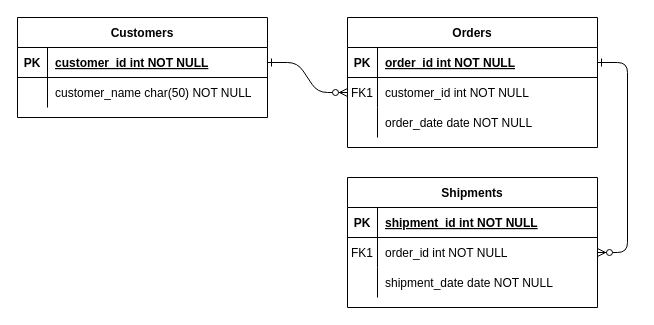
The draw.io diagram Diagrama sem nome.drawio in AloisioMagalhaes/crm2023, before the edit. Source tidied: cells renumbered, new cells numbered last; positions are measured from the earlier drawing's top-left corner, leaving out a move shared by most shapes. Both pictures are drawn from the tidied source at 100%, with x=0, y=0 at pixel (17, 17).
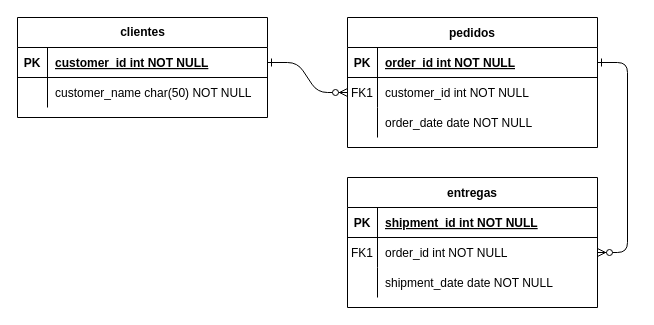
Above is the later version.

The edit, as a diff of the source:
```diff
@@
-    <mxCell id="4" value="Orders" style="shape=table;startSize=30;childLayout=tableLayout;rowLines=0;fontStyle=1;align=center;" parent="1" vertex="1">
+    <mxCell id="4" value="pedidos" style="shape=table;startSize=30;childLayout=tableLayout;rowLines=0;fontStyle=1;align=center;" parent="1" vertex="1">
       <mxGeometry x="330" width="250" height="130" as="geometry" />
     </mxCell>
@@
-    <mxCell id="14" value="Shipments" style="shape=table;startSize=30;childLayout=tableLayout;rowLines=0;fontStyle=1;align=center;" parent="1" vertex="1">
+    <mxCell id="14" value="entregas" style="shape=table;startSize=30;childLayout=tableLayout;rowLines=0;fontStyle=1;align=center;" parent="1" vertex="1">
       <mxGeometry x="330" y="160" width="250" height="130" as="geometry" />
     </mxCell>
@@
-    <mxCell id="24" value="Customers" style="shape=table;startSize=30;childLayout=tableLayout;rowLines=0;fontStyle=1;align=center;" parent="1" vertex="1">
+    <mxCell id="24" value="clientes" style="shape=table;startSize=30;childLayout=tableLayout;rowLines=0;fontStyle=1;align=center;html=1;" parent="1" vertex="1">
       <mxGeometry width="250" height="100" as="geometry" />
     </mxCell>
```
